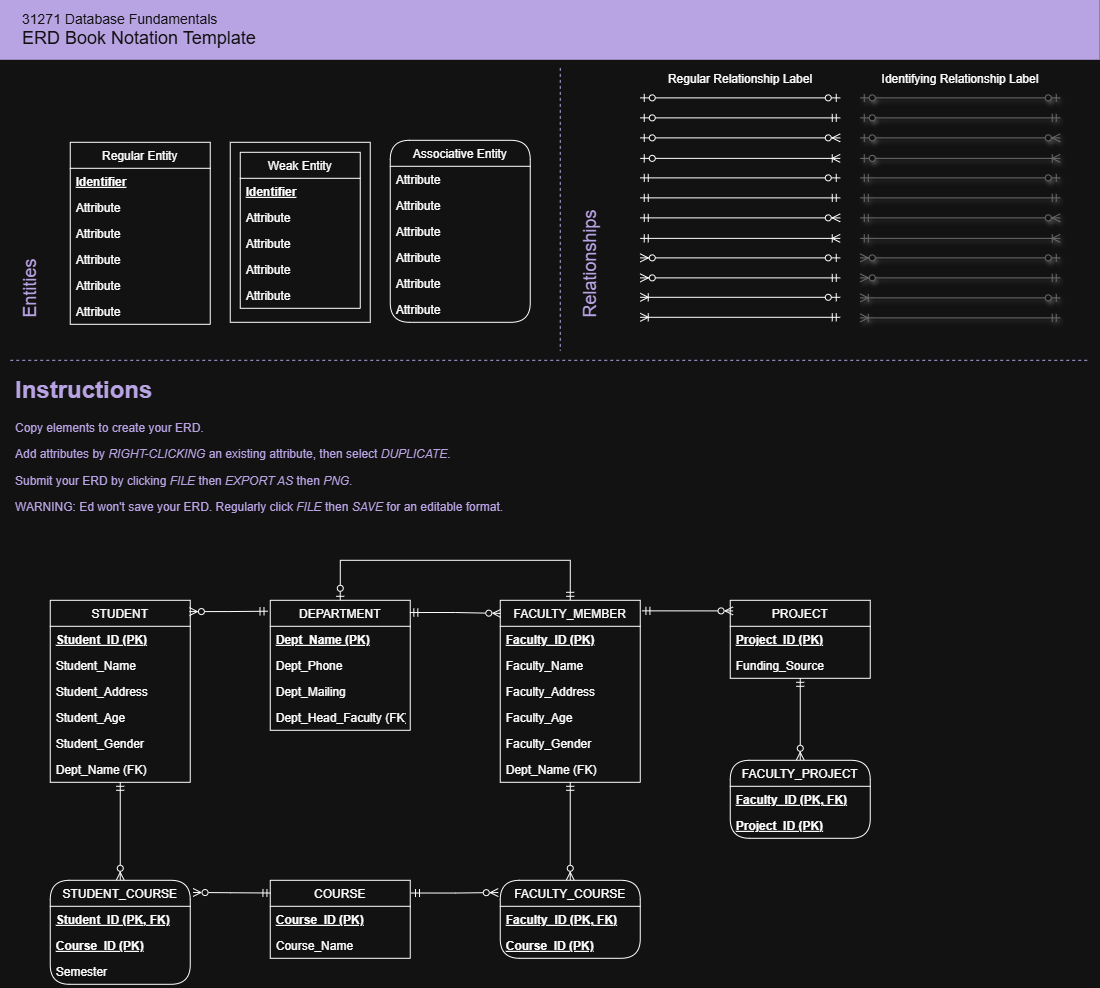
doggoboi096-lang/Class-Activity-1-Introduction-to-Databases-and-Data-Modelling-I keeps this draw.io diagram as ERD Template Lecture1Q7.drawio.png. Above is the earlier version. Source tidied: cells renumbered, new cells last; positions are measured from the earlier drawing's top-left corner, leaving out a move shared by most shapes.
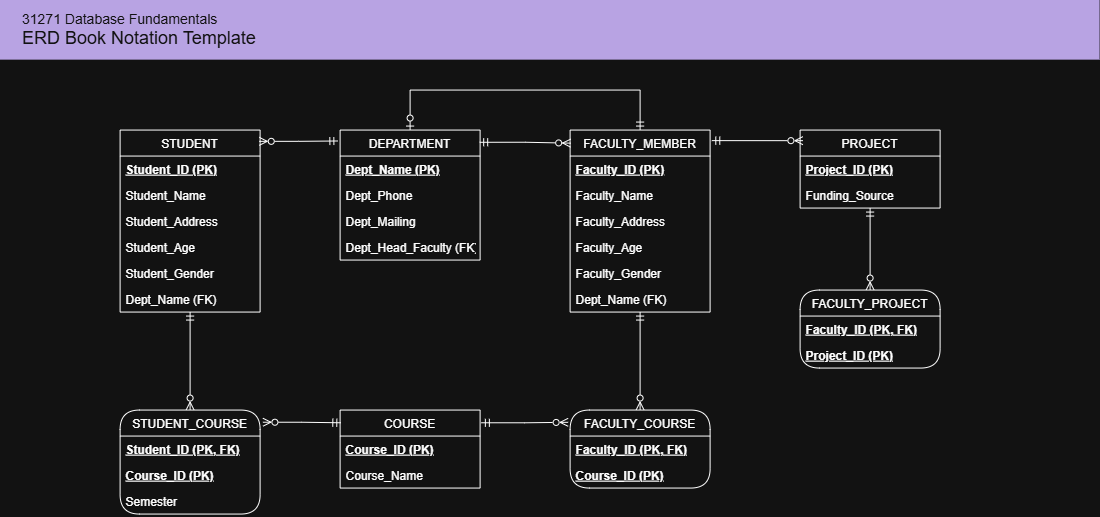
The same diagram one commit later.

Change to the diagram source:
```diff
@@ -3,254 +3,8 @@
     <mxCell id="0" />
     <mxCell id="1" parent="0" />
     <mxCell id="2" value="&lt;font style=&quot;font-size: 14px&quot;&gt;&lt;span style=&quot;white-space: normal&quot;&gt;31271 Database Fundamentals&lt;/span&gt;&lt;br style=&quot;white-space: normal&quot;&gt;&lt;/font&gt;&lt;span style=&quot;font-size: 18px ; white-space: normal&quot;&gt;ERD Book Notation Template&lt;/span&gt;" style="rounded=0;whiteSpace=wrap;html=1;fillColor=#5a418c;strokeColor=none;fontColor=#FFFFFF;align=left;spacingLeft=20;" parent="1" vertex="1">
-      <mxGeometry x="50" width="1100" height="60" as="geometry" />
+      <mxGeometry x="-20" y="470.1" width="1100" height="60" as="geometry" />
     </mxCell>
-    <mxCell id="3" value="Regular Entity" style="swimlane;fontStyle=0;horizontal=1;startSize=26;" parent="1" vertex="1">
-      <mxGeometry x="120" y="142" width="140" height="182" as="geometry" />
-    </mxCell>
-    <mxCell id="4" value="Identifier" style="text;strokeColor=none;fillColor=none;align=left;verticalAlign=top;spacingLeft=4;spacingRight=4;overflow=hidden;fontStyle=5;" parent="3" vertex="1">
-      <mxGeometry y="26" width="140" height="26" as="geometry" />
-    </mxCell>
-    <mxCell id="5" value="Attribute" style="text;strokeColor=none;fillColor=none;align=left;verticalAlign=top;spacingLeft=4;spacingRight=4;overflow=hidden;" parent="3" vertex="1">
-      <mxGeometry y="52" width="140" height="26" as="geometry" />
-    </mxCell>
-    <mxCell id="6" value="Attribute" style="text;strokeColor=none;fillColor=none;align=left;verticalAlign=top;spacingLeft=4;spacingRight=4;overflow=hidden;" parent="3" vertex="1">
-      <mxGeometry y="78" width="140" height="26" as="geometry" />
-    </mxCell>
-    <mxCell id="7" value="Attribute" style="text;strokeColor=none;fillColor=none;align=left;verticalAlign=top;spacingLeft=4;spacingRight=4;overflow=hidden;" parent="3" vertex="1">
-      <mxGeometry y="104" width="140" height="26" as="geometry" />
-    </mxCell>
-    <mxCell id="8" value="Attribute" style="text;strokeColor=none;fillColor=none;align=left;verticalAlign=top;spacingLeft=4;spacingRight=4;overflow=hidden;" parent="3" vertex="1">
-      <mxGeometry y="130" width="140" height="26" as="geometry" />
-    </mxCell>
-    <mxCell id="9" value="Attribute" style="text;strokeColor=none;fillColor=none;align=left;verticalAlign=top;spacingLeft=4;spacingRight=4;overflow=hidden;" parent="3" vertex="1">
-      <mxGeometry y="156" width="140" height="26" as="geometry" />
-    </mxCell>
-    <mxCell id="10" value="Associative Entity" style="swimlane;fontStyle=0;horizontal=1;startSize=26;labelBorderColor=none;perimeterSpacing=0;swimlaneFillColor=none;rounded=1;arcSize=25;" parent="1" vertex="1">
-      <mxGeometry x="440" y="140" width="140" height="182" as="geometry" />
-    </mxCell>
-    <mxCell id="11" value="Attribute" style="text;strokeColor=none;fillColor=none;align=left;verticalAlign=top;spacingLeft=4;spacingRight=4;overflow=hidden;" parent="10" vertex="1">
-      <mxGeometry y="26" width="140" height="26" as="geometry" />
-    </mxCell>
-    <mxCell id="12" value="Attribute" style="text;strokeColor=none;fillColor=none;align=left;verticalAlign=top;spacingLeft=4;spacingRight=4;overflow=hidden;" parent="10" vertex="1">
-      <mxGeometry y="52" width="140" height="26" as="geometry" />
-    </mxCell>
-    <mxCell id="13" value="Attribute" style="text;strokeColor=none;fillColor=none;align=left;verticalAlign=top;spacingLeft=4;spacingRight=4;overflow=hidden;" parent="10" vertex="1">
-      <mxGeometry y="78" width="140" height="26" as="geometry" />
-    </mxCell>
-    <mxCell id="14" value="Attribute" style="text;strokeColor=none;fillColor=none;align=left;verticalAlign=top;spacingLeft=4;spacingRight=4;overflow=hidden;" parent="10" vertex="1">
-      <mxGeometry y="104" width="140" height="26" as="geometry" />
-    </mxCell>
-    <mxCell id="15" value="Attribute" style="text;strokeColor=none;fillColor=none;align=left;verticalAlign=top;spacingLeft=4;spacingRight=4;overflow=hidden;" parent="10" vertex="1">
-      <mxGeometry y="130" width="140" height="26" as="geometry" />
-    </mxCell>
-    <mxCell id="16" value="Attribute" style="text;strokeColor=none;fillColor=none;align=left;verticalAlign=top;spacingLeft=4;spacingRight=4;overflow=hidden;" parent="10" vertex="1">
-      <mxGeometry y="156" width="140" height="26" as="geometry" />
-    </mxCell>
-    <mxCell id="17" style="endArrow=ERzeroToOne;html=1;startArrow=ERzeroToOne;startFill=1;endFill=1;" parent="1" edge="1">
-      <mxGeometry relative="1" as="geometry">
-        <mxPoint x="690" y="97.6" as="sourcePoint" />
-        <mxPoint x="890" y="97.6" as="targetPoint" />
-      </mxGeometry>
-    </mxCell>
-    <mxCell id="18" style="shape=link;html=1;startSize=26;strokeColor=none;" parent="1" edge="1">
-      <mxGeometry relative="1" as="geometry">
-        <mxPoint x="910" y="96.6" as="sourcePoint" />
-        <mxPoint x="1110" y="96.6" as="targetPoint" />
-      </mxGeometry>
-    </mxCell>
-    <mxCell id="19" value="Entities" style="text;html=1;strokeColor=none;fillColor=none;align=left;verticalAlign=middle;whiteSpace=wrap;rounded=0;shadow=0;startSize=26;fontSize=18;fontColor=#5A418C;rotation=-90;" parent="1" vertex="1">
-      <mxGeometry y="230" width="160" height="20" as="geometry" />
-    </mxCell>
-    <mxCell id="20" value="Relationships" style="text;html=1;strokeColor=none;fillColor=none;align=left;verticalAlign=middle;whiteSpace=wrap;rounded=0;shadow=0;startSize=26;fontSize=18;fontColor=#5A418C;rotation=-90;" parent="1" vertex="1">
-      <mxGeometry x="560" y="230" width="160" height="20" as="geometry" />
-    </mxCell>
-    <mxCell id="21" value="&lt;font style=&quot;font-size: 12px&quot;&gt;Regular Relationship Label&lt;/font&gt;" style="text;html=1;strokeColor=none;fillColor=none;align=center;verticalAlign=middle;whiteSpace=wrap;rounded=0;shadow=0;startSize=26;fontSize=18;" parent="1" vertex="1">
-      <mxGeometry x="690" y="67.6" width="200" height="20" as="geometry" />
-    </mxCell>
-    <mxCell id="22" value="&lt;font style=&quot;font-size: 12px&quot;&gt;Identifying Relationship Label&lt;/font&gt;" style="text;html=1;strokeColor=none;fillColor=none;align=center;verticalAlign=middle;whiteSpace=wrap;rounded=0;shadow=0;startSize=26;fontSize=18;" parent="1" vertex="1">
-      <mxGeometry x="910" y="67.6" width="200" height="20" as="geometry" />
-    </mxCell>
-    <mxCell id="23" style="endArrow=ERmandOne;html=1;startArrow=ERzeroToOne;startFill=1;endFill=0;" parent="1" edge="1">
-      <mxGeometry relative="1" as="geometry">
-        <mxPoint x="690" y="117.6" as="sourcePoint" />
-        <mxPoint x="890" y="117.6" as="targetPoint" />
-      </mxGeometry>
-    </mxCell>
-    <mxCell id="24" style="endArrow=ERzeroToMany;html=1;startArrow=ERzeroToOne;startFill=1;endFill=1;" parent="1" edge="1">
-      <mxGeometry relative="1" as="geometry">
-        <mxPoint x="690" y="137.6" as="sourcePoint" />
-        <mxPoint x="890" y="137.6" as="targetPoint" />
-      </mxGeometry>
-    </mxCell>
-    <mxCell id="25" style="endArrow=ERoneToMany;html=1;startArrow=ERzeroToOne;startFill=1;endFill=0;" parent="1" edge="1">
-      <mxGeometry relative="1" as="geometry">
-        <mxPoint x="690" y="158.1" as="sourcePoint" />
-        <mxPoint x="890" y="158.1" as="targetPoint" />
-      </mxGeometry>
-    </mxCell>
-    <mxCell id="26" style="endArrow=ERzeroToOne;html=1;startArrow=ERmandOne;startFill=0;endFill=1;" parent="1" edge="1">
-      <mxGeometry relative="1" as="geometry">
-        <mxPoint x="690" y="177.6" as="sourcePoint" />
-        <mxPoint x="890" y="177.6" as="targetPoint" />
-      </mxGeometry>
-    </mxCell>
-    <mxCell id="27" style="endArrow=ERmandOne;html=1;startArrow=ERmandOne;startFill=0;endFill=0;" parent="1" edge="1">
-      <mxGeometry relative="1" as="geometry">
-        <mxPoint x="690" y="197.6" as="sourcePoint" />
-        <mxPoint x="890" y="197.6" as="targetPoint" />
-      </mxGeometry>
-    </mxCell>
-    <mxCell id="28" style="endArrow=ERzeroToMany;html=1;startArrow=ERmandOne;startFill=0;endFill=1;" parent="1" edge="1">
-      <mxGeometry relative="1" as="geometry">
-        <mxPoint x="690" y="217.6" as="sourcePoint" />
-        <mxPoint x="890" y="217.6" as="targetPoint" />
-      </mxGeometry>
-    </mxCell>
-    <mxCell id="29" style="endArrow=ERoneToMany;html=1;startArrow=ERmandOne;startFill=0;endFill=0;" parent="1" edge="1">
-      <mxGeometry relative="1" as="geometry">
-        <mxPoint x="690" y="238.1" as="sourcePoint" />
-        <mxPoint x="890" y="238.1" as="targetPoint" />
-      </mxGeometry>
-    </mxCell>
-    <mxCell id="30" style="group;" parent="1" vertex="1">
-      <mxGeometry x="280" y="142" width="140" height="180" as="geometry" />
-    </mxCell>
-    <mxCell id="31" style="group;" parent="30" vertex="1">
-      <mxGeometry width="140" height="180" as="geometry" />
-    </mxCell>
-    <mxCell id="32" style="rounded=0;whiteSpace=wrap;html=1;shadow=0;startSize=26;" parent="31" vertex="1">
-      <mxGeometry width="140" height="180" as="geometry" />
-    </mxCell>
-    <mxCell id="33" value="Weak Entity" style="swimlane;fontStyle=0;horizontal=1;startSize=26;labelBorderColor=none;perimeterSpacing=0;swimlaneFillColor=none;fillColor=#FFFFFF;" parent="31" vertex="1">
-      <mxGeometry x="10" y="10" width="120" height="156" as="geometry" />
-    </mxCell>
-    <mxCell id="34" value="Identifier" style="text;strokeColor=none;fillColor=none;align=left;verticalAlign=top;spacingLeft=4;spacingRight=4;overflow=hidden;fontStyle=5;" parent="33" vertex="1">
-      <mxGeometry y="26" width="120" height="26" as="geometry" />
-    </mxCell>
-    <mxCell id="35" value="Attribute" style="text;strokeColor=none;fillColor=none;align=left;verticalAlign=top;spacingLeft=4;spacingRight=4;overflow=hidden;" parent="33" vertex="1">
-      <mxGeometry y="52" width="120" height="26" as="geometry" />
-    </mxCell>
-    <mxCell id="36" value="Attribute" style="text;strokeColor=none;fillColor=none;align=left;verticalAlign=top;spacingLeft=4;spacingRight=4;overflow=hidden;" parent="33" vertex="1">
-      <mxGeometry y="78" width="120" height="26" as="geometry" />
-    </mxCell>
-    <mxCell id="37" value="Attribute" style="text;strokeColor=none;fillColor=none;align=left;verticalAlign=top;spacingLeft=4;spacingRight=4;overflow=hidden;" parent="33" vertex="1">
-      <mxGeometry y="104" width="120" height="26" as="geometry" />
-    </mxCell>
-    <mxCell id="38" value="Attribute" style="text;strokeColor=none;fillColor=none;align=left;verticalAlign=top;spacingLeft=4;spacingRight=4;overflow=hidden;" parent="33" vertex="1">
-      <mxGeometry y="130" width="120" height="26" as="geometry" />
-    </mxCell>
-    <mxCell id="39" style="endArrow=ERzeroToOne;html=1;startArrow=ERzeroToMany;startFill=1;endFill=1;" parent="1" edge="1">
-      <mxGeometry relative="1" as="geometry">
-        <mxPoint x="690" y="257.6" as="sourcePoint" />
-        <mxPoint x="890" y="257.6" as="targetPoint" />
-      </mxGeometry>
-    </mxCell>
-    <mxCell id="40" style="endArrow=ERmandOne;html=1;startArrow=ERzeroToMany;startFill=1;endFill=0;" parent="1" edge="1">
-      <mxGeometry relative="1" as="geometry">
-        <mxPoint x="690" y="277.6" as="sourcePoint" />
-        <mxPoint x="890" y="277.6" as="targetPoint" />
-      </mxGeometry>
-    </mxCell>
-    <mxCell id="41" style="endArrow=ERzeroToOne;html=1;startArrow=ERoneToMany;startFill=0;endFill=1;" parent="1" edge="1">
-      <mxGeometry relative="1" as="geometry">
-        <mxPoint x="690" y="297" as="sourcePoint" />
-        <mxPoint x="890" y="297" as="targetPoint" />
-      </mxGeometry>
-    </mxCell>
-    <mxCell id="42" style="endArrow=ERmandOne;html=1;startArrow=ERoneToMany;startFill=0;endFill=0;" parent="1" edge="1">
-      <mxGeometry relative="1" as="geometry">
-        <mxPoint x="690" y="317" as="sourcePoint" />
-        <mxPoint x="890" y="317" as="targetPoint" />
-      </mxGeometry>
-    </mxCell>
-    <mxCell id="43" style="endArrow=ERzeroToOne;html=1;startArrow=ERzeroToOne;startFill=1;endFill=1;shadow=1;strokeColor=#999999;" parent="1" edge="1">
-      <mxGeometry relative="1" as="geometry">
-        <mxPoint x="910" y="97.6" as="sourcePoint" />
-        <mxPoint x="1110" y="97.6" as="targetPoint" />
-      </mxGeometry>
-    </mxCell>
-    <mxCell id="44" style="endArrow=ERmandOne;html=1;startArrow=ERzeroToOne;startFill=1;endFill=0;shadow=1;strokeColor=#999999;" parent="1" edge="1">
-      <mxGeometry relative="1" as="geometry">
-        <mxPoint x="910" y="117.6" as="sourcePoint" />
-        <mxPoint x="1110" y="117.6" as="targetPoint" />
-      </mxGeometry>
-    </mxCell>
-    <mxCell id="45" style="endArrow=ERzeroToMany;html=1;startArrow=ERzeroToOne;startFill=1;endFill=1;shadow=1;strokeColor=#999999;" parent="1" edge="1">
-      <mxGeometry relative="1" as="geometry">
-        <mxPoint x="910" y="137.6" as="sourcePoint" />
-        <mxPoint x="1110" y="137.6" as="targetPoint" />
-      </mxGeometry>
-    </mxCell>
-    <mxCell id="46" style="endArrow=ERoneToMany;html=1;startArrow=ERzeroToOne;startFill=1;endFill=0;shadow=1;strokeColor=#999999;" parent="1" edge="1">
-      <mxGeometry relative="1" as="geometry">
-        <mxPoint x="910" y="158.1" as="sourcePoint" />
-        <mxPoint x="1110" y="158.1" as="targetPoint" />
-      </mxGeometry>
-    </mxCell>
-    <mxCell id="47" style="endArrow=ERzeroToOne;html=1;startArrow=ERmandOne;startFill=0;endFill=1;shadow=1;strokeColor=#999999;" parent="1" edge="1">
-      <mxGeometry relative="1" as="geometry">
-        <mxPoint x="910" y="177.6" as="sourcePoint" />
-        <mxPoint x="1110" y="177.6" as="targetPoint" />
-      </mxGeometry>
-    </mxCell>
-    <mxCell id="48" style="endArrow=ERmandOne;html=1;startArrow=ERmandOne;startFill=0;endFill=0;shadow=1;strokeColor=#999999;" parent="1" edge="1">
-      <mxGeometry relative="1" as="geometry">
-        <mxPoint x="910" y="197.6" as="sourcePoint" />
-        <mxPoint x="1110" y="197.6" as="targetPoint" />
-      </mxGeometry>
-    </mxCell>
-    <mxCell id="49" style="endArrow=ERzeroToMany;html=1;startArrow=ERmandOne;startFill=0;endFill=1;shadow=1;strokeColor=#999999;" parent="1" edge="1">
-      <mxGeometry relative="1" as="geometry">
-        <mxPoint x="910" y="217.6" as="sourcePoint" />
-        <mxPoint x="1110" y="217.6" as="targetPoint" />
-      </mxGeometry>
-    </mxCell>
-    <mxCell id="50" style="endArrow=ERoneToMany;html=1;startArrow=ERmandOne;startFill=0;endFill=0;shadow=1;strokeColor=#999999;" parent="1" edge="1">
-      <mxGeometry relative="1" as="geometry">
-        <mxPoint x="910" y="238.1" as="sourcePoint" />
-        <mxPoint x="1110" y="238.1" as="targetPoint" />
-      </mxGeometry>
-    </mxCell>
-    <mxCell id="51" style="endArrow=ERzeroToOne;html=1;startArrow=ERzeroToMany;startFill=1;endFill=1;shadow=1;strokeColor=#999999;" parent="1" edge="1">
-      <mxGeometry relative="1" as="geometry">
-        <mxPoint x="910" y="257.6" as="sourcePoint" />
-        <mxPoint x="1110" y="257.6" as="targetPoint" />
-      </mxGeometry>
-    </mxCell>
-    <mxCell id="52" style="endArrow=ERmandOne;html=1;startArrow=ERzeroToMany;startFill=1;endFill=0;shadow=1;strokeColor=#999999;" parent="1" edge="1">
-      <mxGeometry relative="1" as="geometry">
-        <mxPoint x="910" y="277.6" as="sourcePoint" />
-        <mxPoint x="1110" y="277.6" as="targetPoint" />
-      </mxGeometry>
-    </mxCell>
-    <mxCell id="53" style="endArrow=ERzeroToOne;html=1;startArrow=ERoneToMany;startFill=0;endFill=1;shadow=1;strokeColor=#999999;" parent="1" edge="1">
-      <mxGeometry relative="1" as="geometry">
-        <mxPoint x="910" y="297.6" as="sourcePoint" />
-        <mxPoint x="1110" y="297.6" as="targetPoint" />
-      </mxGeometry>
-    </mxCell>
-    <mxCell id="54" style="endArrow=ERmandOne;html=1;startArrow=ERoneToMany;startFill=0;endFill=0;shadow=1;strokeColor=#999999;" parent="1" edge="1">
-      <mxGeometry relative="1" as="geometry">
-        <mxPoint x="910" y="317.6" as="sourcePoint" />
-        <mxPoint x="1110" y="317.6" as="targetPoint" />
-      </mxGeometry>
-    </mxCell>
-    <mxCell id="55" style="endArrow=none;html=1;fontColor=#5A418C;strokeColor=#5A418C;dashed=1;" parent="1" edge="1">
-      <mxGeometry relative="1" as="geometry">
-        <mxPoint x="60" y="360" as="sourcePoint" />
-        <mxPoint x="1140" y="360" as="targetPoint" />
-      </mxGeometry>
-    </mxCell>
-    <mxCell id="56" style="endArrow=none;html=1;fontColor=#5A418C;strokeColor=#5A418C;dashed=1;" parent="1" edge="1">
-      <mxGeometry relative="1" as="geometry">
-        <mxPoint x="610" y="67.6" as="sourcePoint" />
-        <mxPoint x="610" y="350" as="targetPoint" />
-      </mxGeometry>
-    </mxCell>
-    <mxCell id="57" value="&lt;h1&gt;Instructions&lt;/h1&gt;&lt;p&gt;&lt;span&gt;Copy elements to create your ERD.&lt;/span&gt;&lt;/p&gt;&lt;p&gt;Add attributes by &lt;i&gt;RIGHT-CLICKING&lt;/i&gt; an existing attribute, then select&amp;nbsp;&lt;i&gt;DUPLICATE&lt;/i&gt;.&lt;/p&gt;&lt;p&gt;&lt;span&gt;Submit your ERD by clicking&amp;nbsp;&lt;/span&gt;&lt;i&gt;FILE&lt;/i&gt;&lt;span&gt; then &lt;/span&gt;&lt;i&gt;EXPORT AS&lt;/i&gt;&lt;span&gt; then&amp;nbsp;&lt;/span&gt;&lt;i&gt;PNG.&lt;/i&gt;&lt;br&gt;&lt;/p&gt;&lt;p&gt;WARNING: Ed won't save your ERD. Regularly click &lt;i&gt;FILE &lt;/i&gt;then &lt;i&gt;SAVE &lt;/i&gt;for an editable format.&lt;/p&gt;&lt;i&gt;&lt;br&gt;&lt;/i&gt;" style="text;html=1;strokeColor=none;fillColor=none;spacing=5;spacingTop=-20;whiteSpace=wrap;overflow=hidden;rounded=0;fontColor=#5A418C;align=left;" parent="1" vertex="1">
-      <mxGeometry x="60" y="370" width="510" height="150" as="geometry" />
-    </mxCell>
     <mxCell id="58" style="edgeStyle=orthogonalEdgeStyle;rounded=0;jettySize=auto;html=1;entryX=0.5;entryY=0;entryDx=0;entryDy=0;exitX=0.5;exitY=0;exitDx=0;exitDy=0;endArrow=ERmandOne;endFill=0;startArrow=ERzeroToOne;startFill=0;" parent="1" edge="1" source="59" target="73">
       <mxGeometry relative="1" as="geometry">
         <Array as="points">
```
